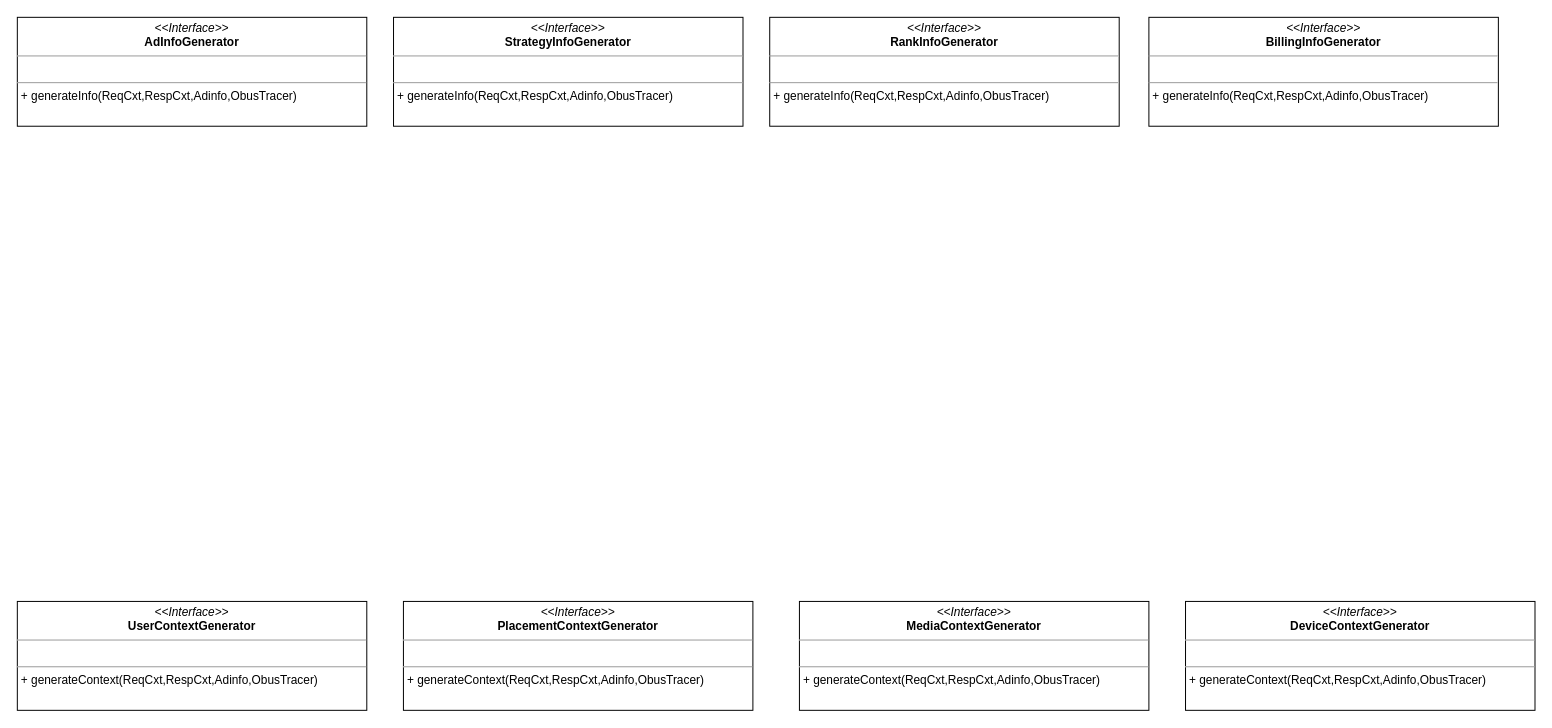
karlchan-cn/drawio-repository keeps this draw.io diagram as page "广告统一转换ObusTrack服务" (3 of 5) of universal-engine/universal-transparent.drawio. Above is the earlier version. Source tidied: cells renumbered, new cells numbered last; positions are measured from the earlier drawing's top-left corner, leaving out a move shared by most shapes. Both pictures are drawn from the tidied source at 99%, with x=0, y=0 at pixel (17, 17).
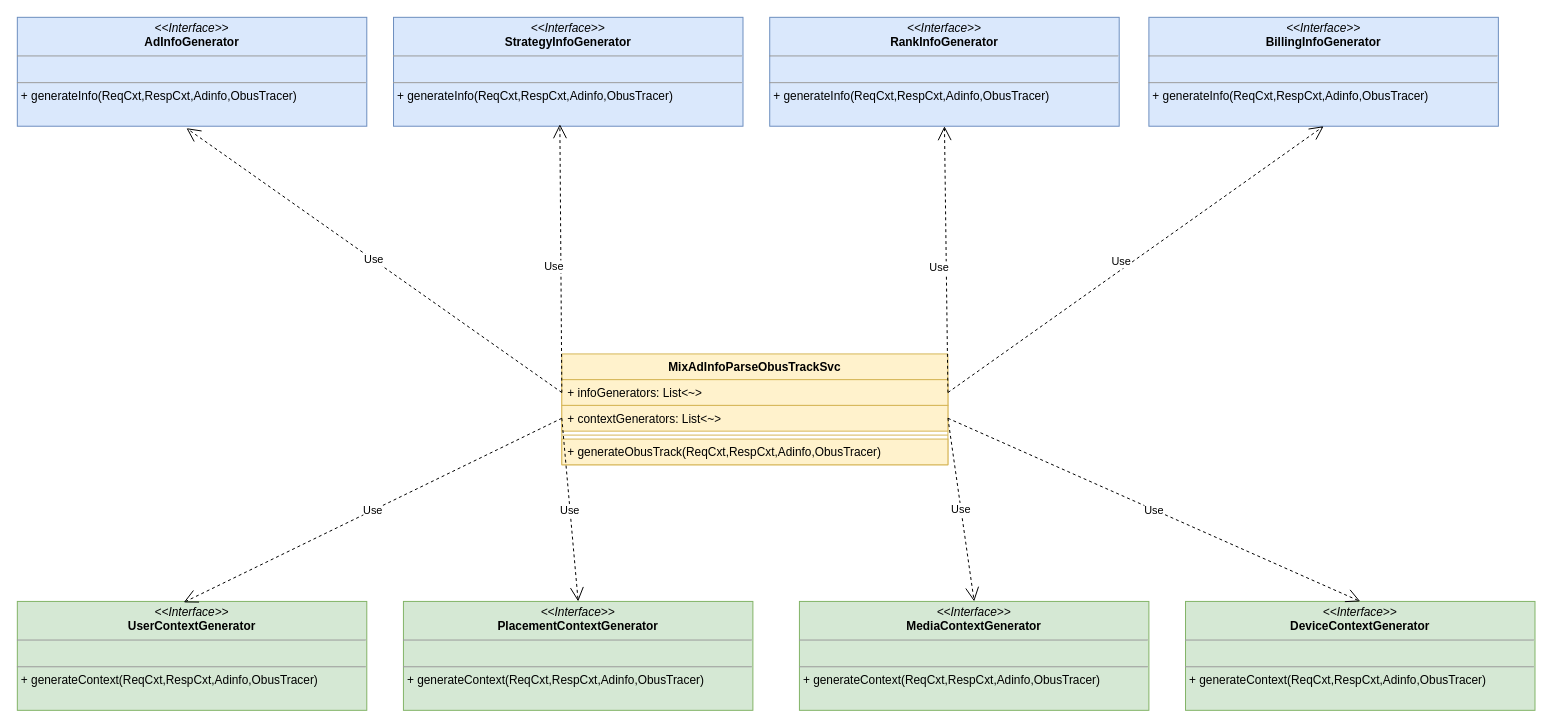
After the change.

Change to the diagram source:
```diff
@@
-    <mxCell id="2" value="&lt;p style=&quot;margin:0px;margin-top:4px;text-align:center;&quot;&gt;&lt;i&gt;&amp;lt;&amp;lt;Interface&amp;gt;&amp;gt;&lt;/i&gt;&lt;br&gt;&lt;b&gt;PlacementContextGenerator&lt;/b&gt;&lt;/p&gt;&lt;hr size=&quot;1&quot;&gt;&lt;p style=&quot;margin:0px;margin-left:4px;&quot;&gt;&lt;br&gt;&lt;/p&gt;&lt;hr size=&quot;1&quot;&gt;&lt;p style=&quot;margin:0px;margin-left:4px;&quot;&gt;+ generateContext(ReqCxt,RespCxt,Adinfo,ObusTracer)&lt;br&gt;&lt;/p&gt;" style="verticalAlign=top;align=left;overflow=fill;fontSize=12;fontFamily=Helvetica;html=1;whiteSpace=wrap;" parent="1" vertex="1">
+    <mxCell id="2" value="&lt;p style=&quot;margin:0px;margin-top:4px;text-align:center;&quot;&gt;&lt;i&gt;&amp;lt;&amp;lt;Interface&amp;gt;&amp;gt;&lt;/i&gt;&lt;br&gt;&lt;b&gt;PlacementContextGenerator&lt;/b&gt;&lt;/p&gt;&lt;hr size=&quot;1&quot;&gt;&lt;p style=&quot;margin:0px;margin-left:4px;&quot;&gt;&lt;br&gt;&lt;/p&gt;&lt;hr size=&quot;1&quot;&gt;&lt;p style=&quot;margin:0px;margin-left:4px;&quot;&gt;+ generateContext(ReqCxt,RespCxt,Adinfo,ObusTracer)&lt;br&gt;&lt;/p&gt;" style="verticalAlign=top;align=left;overflow=fill;fontSize=12;fontFamily=Helvetica;html=1;whiteSpace=wrap;fillColor=#d5e8d4;strokeColor=#82b366;" parent="1" vertex="1">
       <mxGeometry x="390" y="590" width="353" height="110" as="geometry" />
     </mxCell>
-    <mxCell id="3" value="&lt;p style=&quot;margin:0px;margin-top:4px;text-align:center;&quot;&gt;&lt;i&gt;&amp;lt;&amp;lt;Interface&amp;gt;&amp;gt;&lt;/i&gt;&lt;br&gt;&lt;b&gt;UserContextGenerator&lt;/b&gt;&lt;/p&gt;&lt;hr size=&quot;1&quot;&gt;&lt;p style=&quot;margin:0px;margin-left:4px;&quot;&gt;&lt;br&gt;&lt;/p&gt;&lt;hr size=&quot;1&quot;&gt;&lt;p style=&quot;margin:0px;margin-left:4px;&quot;&gt;+ generateContext(ReqCxt,RespCxt,Adinfo,ObusTracer)&lt;br&gt;&lt;/p&gt;" style="verticalAlign=top;align=left;overflow=fill;fontSize=12;fontFamily=Helvetica;html=1;whiteSpace=wrap;" parent="1" vertex="1">
+    <mxCell id="3" value="&lt;p style=&quot;margin:0px;margin-top:4px;text-align:center;&quot;&gt;&lt;i&gt;&amp;lt;&amp;lt;Interface&amp;gt;&amp;gt;&lt;/i&gt;&lt;br&gt;&lt;b&gt;UserContextGenerator&lt;/b&gt;&lt;/p&gt;&lt;hr size=&quot;1&quot;&gt;&lt;p style=&quot;margin:0px;margin-left:4px;&quot;&gt;&lt;br&gt;&lt;/p&gt;&lt;hr size=&quot;1&quot;&gt;&lt;p style=&quot;margin:0px;margin-left:4px;&quot;&gt;+ generateContext(ReqCxt,RespCxt,Adinfo,ObusTracer)&lt;br&gt;&lt;/p&gt;" style="verticalAlign=top;align=left;overflow=fill;fontSize=12;fontFamily=Helvetica;html=1;whiteSpace=wrap;fillColor=#d5e8d4;strokeColor=#82b366;" parent="1" vertex="1">
       <mxGeometry y="590" width="353" height="110" as="geometry" />
     </mxCell>
-    <mxCell id="4" value="&lt;p style=&quot;margin:0px;margin-top:4px;text-align:center;&quot;&gt;&lt;i&gt;&amp;lt;&amp;lt;Interface&amp;gt;&amp;gt;&lt;/i&gt;&lt;br&gt;&lt;b&gt;MediaContextGenerator&lt;/b&gt;&lt;/p&gt;&lt;hr size=&quot;1&quot;&gt;&lt;p style=&quot;margin:0px;margin-left:4px;&quot;&gt;&lt;br&gt;&lt;/p&gt;&lt;hr size=&quot;1&quot;&gt;&lt;p style=&quot;margin:0px;margin-left:4px;&quot;&gt;+ generateContext(ReqCxt,RespCxt,Adinfo,ObusTracer)&lt;br&gt;&lt;/p&gt;" style="verticalAlign=top;align=left;overflow=fill;fontSize=12;fontFamily=Helvetica;html=1;whiteSpace=wrap;" parent="1" vertex="1">
+    <mxCell id="4" value="&lt;p style=&quot;margin:0px;margin-top:4px;text-align:center;&quot;&gt;&lt;i&gt;&amp;lt;&amp;lt;Interface&amp;gt;&amp;gt;&lt;/i&gt;&lt;br&gt;&lt;b&gt;MediaContextGenerator&lt;/b&gt;&lt;/p&gt;&lt;hr size=&quot;1&quot;&gt;&lt;p style=&quot;margin:0px;margin-left:4px;&quot;&gt;&lt;br&gt;&lt;/p&gt;&lt;hr size=&quot;1&quot;&gt;&lt;p style=&quot;margin:0px;margin-left:4px;&quot;&gt;+ generateContext(ReqCxt,RespCxt,Adinfo,ObusTracer)&lt;br&gt;&lt;/p&gt;" style="verticalAlign=top;align=left;overflow=fill;fontSize=12;fontFamily=Helvetica;html=1;whiteSpace=wrap;fillColor=#d5e8d4;strokeColor=#82b366;" parent="1" vertex="1">
       <mxGeometry x="790" y="590" width="353" height="110" as="geometry" />
     </mxCell>
-    <mxCell id="5" value="&lt;p style=&quot;margin:0px;margin-top:4px;text-align:center;&quot;&gt;&lt;i&gt;&amp;lt;&amp;lt;Interface&amp;gt;&amp;gt;&lt;/i&gt;&lt;br&gt;&lt;b&gt;DeviceContextGenerator&lt;/b&gt;&lt;/p&gt;&lt;hr size=&quot;1&quot;&gt;&lt;p style=&quot;margin:0px;margin-left:4px;&quot;&gt;&lt;br&gt;&lt;/p&gt;&lt;hr size=&quot;1&quot;&gt;&lt;p style=&quot;margin:0px;margin-left:4px;&quot;&gt;+ generateContext(ReqCxt,RespCxt,Adinfo,ObusTracer)&lt;br&gt;&lt;/p&gt;" style="verticalAlign=top;align=left;overflow=fill;fontSize=12;fontFamily=Helvetica;html=1;whiteSpace=wrap;" parent="1" vertex="1">
+    <mxCell id="5" value="&lt;p style=&quot;margin:0px;margin-top:4px;text-align:center;&quot;&gt;&lt;i&gt;&amp;lt;&amp;lt;Interface&amp;gt;&amp;gt;&lt;/i&gt;&lt;br&gt;&lt;b&gt;DeviceContextGenerator&lt;/b&gt;&lt;/p&gt;&lt;hr size=&quot;1&quot;&gt;&lt;p style=&quot;margin:0px;margin-left:4px;&quot;&gt;&lt;br&gt;&lt;/p&gt;&lt;hr size=&quot;1&quot;&gt;&lt;p style=&quot;margin:0px;margin-left:4px;&quot;&gt;+ generateContext(ReqCxt,RespCxt,Adinfo,ObusTracer)&lt;br&gt;&lt;/p&gt;" style="verticalAlign=top;align=left;overflow=fill;fontSize=12;fontFamily=Helvetica;html=1;whiteSpace=wrap;fillColor=#d5e8d4;strokeColor=#82b366;" parent="1" vertex="1">
       <mxGeometry x="1180" y="590" width="353" height="110" as="geometry" />
     </mxCell>
-    <mxCell id="6" value="&lt;p style=&quot;margin:0px;margin-top:4px;text-align:center;&quot;&gt;&lt;i&gt;&amp;lt;&amp;lt;Interface&amp;gt;&amp;gt;&lt;/i&gt;&lt;br&gt;&lt;b&gt;AdInfoGenerator&lt;/b&gt;&lt;/p&gt;&lt;hr size=&quot;1&quot;&gt;&lt;p style=&quot;margin:0px;margin-left:4px;&quot;&gt;&lt;br&gt;&lt;/p&gt;&lt;hr size=&quot;1&quot;&gt;&lt;p style=&quot;margin:0px;margin-left:4px;&quot;&gt;+ generateInfo(ReqCxt,RespCxt,Adinfo,ObusTracer)&lt;br&gt;&lt;/p&gt;" style="verticalAlign=top;align=left;overflow=fill;fontSize=12;fontFamily=Helvetica;html=1;whiteSpace=wrap;" parent="1" vertex="1">
+    <mxCell id="6" value="&lt;p style=&quot;margin:0px;margin-top:4px;text-align:center;&quot;&gt;&lt;i&gt;&amp;lt;&amp;lt;Interface&amp;gt;&amp;gt;&lt;/i&gt;&lt;br&gt;&lt;b&gt;AdInfoGenerator&lt;/b&gt;&lt;/p&gt;&lt;hr size=&quot;1&quot;&gt;&lt;p style=&quot;margin:0px;margin-left:4px;&quot;&gt;&lt;br&gt;&lt;/p&gt;&lt;hr size=&quot;1&quot;&gt;&lt;p style=&quot;margin:0px;margin-left:4px;&quot;&gt;+ generateInfo(ReqCxt,RespCxt,Adinfo,ObusTracer)&lt;br&gt;&lt;/p&gt;" style="verticalAlign=top;align=left;overflow=fill;fontSize=12;fontFamily=Helvetica;html=1;whiteSpace=wrap;fillColor=#dae8fc;strokeColor=#6c8ebf;" parent="1" vertex="1">
       <mxGeometry width="353" height="110" as="geometry" />
     </mxCell>
-    <mxCell id="7" value="&lt;p style=&quot;margin:0px;margin-top:4px;text-align:center;&quot;&gt;&lt;i&gt;&amp;lt;&amp;lt;Interface&amp;gt;&amp;gt;&lt;/i&gt;&lt;br&gt;&lt;b&gt;StrategyInfoGenerator&lt;/b&gt;&lt;/p&gt;&lt;hr size=&quot;1&quot;&gt;&lt;p style=&quot;margin:0px;margin-left:4px;&quot;&gt;&lt;br&gt;&lt;/p&gt;&lt;hr size=&quot;1&quot;&gt;&lt;p style=&quot;margin:0px;margin-left:4px;&quot;&gt;+ generateInfo(ReqCxt,RespCxt,Adinfo,ObusTracer)&lt;br&gt;&lt;/p&gt;" style="verticalAlign=top;align=left;overflow=fill;fontSize=12;fontFamily=Helvetica;html=1;whiteSpace=wrap;" parent="1" vertex="1">
+    <mxCell id="7" value="&lt;p style=&quot;margin:0px;margin-top:4px;text-align:center;&quot;&gt;&lt;i&gt;&amp;lt;&amp;lt;Interface&amp;gt;&amp;gt;&lt;/i&gt;&lt;br&gt;&lt;b&gt;StrategyInfoGenerator&lt;/b&gt;&lt;/p&gt;&lt;hr size=&quot;1&quot;&gt;&lt;p style=&quot;margin:0px;margin-left:4px;&quot;&gt;&lt;br&gt;&lt;/p&gt;&lt;hr size=&quot;1&quot;&gt;&lt;p style=&quot;margin:0px;margin-left:4px;&quot;&gt;+ generateInfo(ReqCxt,RespCxt,Adinfo,ObusTracer)&lt;br&gt;&lt;/p&gt;" style="verticalAlign=top;align=left;overflow=fill;fontSize=12;fontFamily=Helvetica;html=1;whiteSpace=wrap;fillColor=#dae8fc;strokeColor=#6c8ebf;" parent="1" vertex="1">
       <mxGeometry x="380" width="353" height="110" as="geometry" />
     </mxCell>
-    <mxCell id="8" value="&lt;p style=&quot;margin:0px;margin-top:4px;text-align:center;&quot;&gt;&lt;i&gt;&amp;lt;&amp;lt;Interface&amp;gt;&amp;gt;&lt;/i&gt;&lt;br&gt;&lt;b&gt;RankInfoGenerator&lt;/b&gt;&lt;/p&gt;&lt;hr size=&quot;1&quot;&gt;&lt;p style=&quot;margin:0px;margin-left:4px;&quot;&gt;&lt;br&gt;&lt;/p&gt;&lt;hr size=&quot;1&quot;&gt;&lt;p style=&quot;margin:0px;margin-left:4px;&quot;&gt;+ generateInfo(ReqCxt,RespCxt,Adinfo,ObusTracer)&lt;br&gt;&lt;/p&gt;" style="verticalAlign=top;align=left;overflow=fill;fontSize=12;fontFamily=Helvetica;html=1;whiteSpace=wrap;" parent="1" vertex="1">
+    <mxCell id="8" value="&lt;p style=&quot;margin:0px;margin-top:4px;text-align:center;&quot;&gt;&lt;i&gt;&amp;lt;&amp;lt;Interface&amp;gt;&amp;gt;&lt;/i&gt;&lt;br&gt;&lt;b&gt;RankInfoGenerator&lt;/b&gt;&lt;/p&gt;&lt;hr size=&quot;1&quot;&gt;&lt;p style=&quot;margin:0px;margin-left:4px;&quot;&gt;&lt;br&gt;&lt;/p&gt;&lt;hr size=&quot;1&quot;&gt;&lt;p style=&quot;margin:0px;margin-left:4px;&quot;&gt;+ generateInfo(ReqCxt,RespCxt,Adinfo,ObusTracer)&lt;br&gt;&lt;/p&gt;" style="verticalAlign=top;align=left;overflow=fill;fontSize=12;fontFamily=Helvetica;html=1;whiteSpace=wrap;fillColor=#dae8fc;strokeColor=#6c8ebf;" parent="1" vertex="1">
       <mxGeometry x="760" width="353" height="110" as="geometry" />
     </mxCell>
-    <mxCell id="9" value="&lt;p style=&quot;margin:0px;margin-top:4px;text-align:center;&quot;&gt;&lt;i&gt;&amp;lt;&amp;lt;Interface&amp;gt;&amp;gt;&lt;/i&gt;&lt;br&gt;&lt;b&gt;BillingInfoGenerator&lt;/b&gt;&lt;/p&gt;&lt;hr size=&quot;1&quot;&gt;&lt;p style=&quot;margin:0px;margin-left:4px;&quot;&gt;&lt;br&gt;&lt;/p&gt;&lt;hr size=&quot;1&quot;&gt;&lt;p style=&quot;margin:0px;margin-left:4px;&quot;&gt;+ generateInfo(ReqCxt,RespCxt,Adinfo,ObusTracer)&lt;br&gt;&lt;/p&gt;" style="verticalAlign=top;align=left;overflow=fill;fontSize=12;fontFamily=Helvetica;html=1;whiteSpace=wrap;" parent="1" vertex="1">
+    <mxCell id="9" value="&lt;p style=&quot;margin:0px;margin-top:4px;text-align:center;&quot;&gt;&lt;i&gt;&amp;lt;&amp;lt;Interface&amp;gt;&amp;gt;&lt;/i&gt;&lt;br&gt;&lt;b&gt;BillingInfoGenerator&lt;/b&gt;&lt;/p&gt;&lt;hr size=&quot;1&quot;&gt;&lt;p style=&quot;margin:0px;margin-left:4px;&quot;&gt;&lt;br&gt;&lt;/p&gt;&lt;hr size=&quot;1&quot;&gt;&lt;p style=&quot;margin:0px;margin-left:4px;&quot;&gt;+ generateInfo(ReqCxt,RespCxt,Adinfo,ObusTracer)&lt;br&gt;&lt;/p&gt;" style="verticalAlign=top;align=left;overflow=fill;fontSize=12;fontFamily=Helvetica;html=1;whiteSpace=wrap;fillColor=#dae8fc;strokeColor=#6c8ebf;" parent="1" vertex="1">
       <mxGeometry x="1143" width="353" height="110" as="geometry" />
     </mxCell>
+    <mxCell id="10" value="MixAdInfoParseObusTrackSvc" style="swimlane;fontStyle=1;align=center;verticalAlign=top;horizontal=1;startSize=26;whiteSpace=wrap;html=1;fillColor=#fff2cc;strokeColor=#d6b656;" parent="1" vertex="1">
+      <mxGeometry x="550" y="340" width="390" height="112" as="geometry" />
+    </mxCell>
+    <mxCell id="11" value="+ infoGenerators: List&amp;lt;~&amp;gt;" style="text;strokeColor=#d6b656;fillColor=#fff2cc;align=left;verticalAlign=top;spacingLeft=4;spacingRight=4;overflow=hidden;points=[[0,0.5],[1,0.5]];portConstraint=eastwest;whiteSpace=wrap;html=1;" parent="10" vertex="1">
+      <mxGeometry y="26" width="390" height="26" as="geometry" />
+    </mxCell>
+    <mxCell id="12" value="+ contextGenerators: List&amp;lt;~&amp;gt;" style="text;strokeColor=#d6b656;fillColor=#fff2cc;align=left;verticalAlign=top;spacingLeft=4;spacingRight=4;overflow=hidden;points=[[0,0.5],[1,0.5]];portConstraint=eastwest;whiteSpace=wrap;html=1;" parent="10" vertex="1">
+      <mxGeometry y="52" width="390" height="26" as="geometry" />
+    </mxCell>
+    <mxCell id="13" style="line;strokeWidth=1;fillColor=none;align=left;verticalAlign=middle;spacingTop=-1;spacingLeft=3;spacingRight=3;labelPosition=right;strokeColor=inherit;" parent="10" vertex="1">
+      <mxGeometry y="78" width="390" height="8" as="geometry" />
+    </mxCell>
+    <mxCell id="14" value="+ generateObusTrack(ReqCxt,RespCxt,Adinfo,ObusTracer)" style="text;strokeColor=#d6b656;fillColor=#fff2cc;align=left;verticalAlign=top;spacingLeft=4;spacingRight=4;overflow=hidden;whiteSpace=wrap;html=1;" parent="10" vertex="1">
+      <mxGeometry y="86" width="390" height="26" as="geometry" />
+    </mxCell>
+    <mxCell id="15" value="Use" style="endArrow=open;endSize=12;dashed=1;html=1;rounded=0;entryX=0.484;entryY=1.018;entryDx=0;entryDy=0;entryPerimeter=0;exitX=0;exitY=0.5;exitDx=0;exitDy=0;" parent="1" edge="1" source="11" target="6">
+      <mxGeometry relative="1" as="geometry" />
+    </mxCell>
+    <mxCell id="16" value="Use" style="endArrow=open;endSize=12;dashed=1;html=1;rounded=0;entryX=0.476;entryY=0.982;entryDx=0;entryDy=0;entryPerimeter=0;exitX=0;exitY=0.5;exitDx=0;exitDy=0;" parent="1" edge="1" source="11" target="7">
+      <mxGeometry x="-0.06" y="7" relative="1" as="geometry" />
+    </mxCell>
+    <mxCell id="17" value="Use" style="endArrow=open;endSize=12;dashed=1;html=1;rounded=0;entryX=0.5;entryY=1;entryDx=0;entryDy=0;exitX=1;exitY=0.5;exitDx=0;exitDy=0;" parent="1" edge="1" source="11" target="8">
+      <mxGeometry x="-0.06" y="7" relative="1" as="geometry" />
+    </mxCell>
+    <mxCell id="18" value="Use" style="endArrow=open;endSize=12;dashed=1;html=1;rounded=0;entryX=0.5;entryY=1;entryDx=0;entryDy=0;exitX=1;exitY=0.5;exitDx=0;exitDy=0;" parent="1" edge="1" source="11" target="9">
+      <mxGeometry x="-0.06" y="7" relative="1" as="geometry" />
+    </mxCell>
+    <mxCell id="19" value="Use" style="endArrow=open;endSize=12;dashed=1;html=1;rounded=0;entryX=0.476;entryY=0.009;entryDx=0;entryDy=0;entryPerimeter=0;exitX=0;exitY=0.5;exitDx=0;exitDy=0;" parent="1" edge="1" source="12" target="3">
+      <mxGeometry relative="1" as="geometry" />
+    </mxCell>
+    <mxCell id="20" value="Use" style="endArrow=open;endSize=12;dashed=1;html=1;rounded=0;entryX=0.5;entryY=0;entryDx=0;entryDy=0;exitX=0;exitY=0.5;exitDx=0;exitDy=0;" parent="1" edge="1" source="12" target="2">
+      <mxGeometry relative="1" as="geometry" />
+    </mxCell>
+    <mxCell id="21" value="Use" style="endArrow=open;endSize=12;dashed=1;html=1;rounded=0;entryX=0.5;entryY=0;entryDx=0;entryDy=0;exitX=1;exitY=0.5;exitDx=0;exitDy=0;" parent="1" edge="1" source="12" target="4">
+      <mxGeometry relative="1" as="geometry" />
+    </mxCell>
+    <mxCell id="22" value="Use" style="endArrow=open;endSize=12;dashed=1;html=1;rounded=0;entryX=0.5;entryY=0;entryDx=0;entryDy=0;exitX=1;exitY=0.5;exitDx=0;exitDy=0;" parent="1" edge="1" source="12" target="5">
+      <mxGeometry relative="1" as="geometry" />
+    </mxCell>
```
